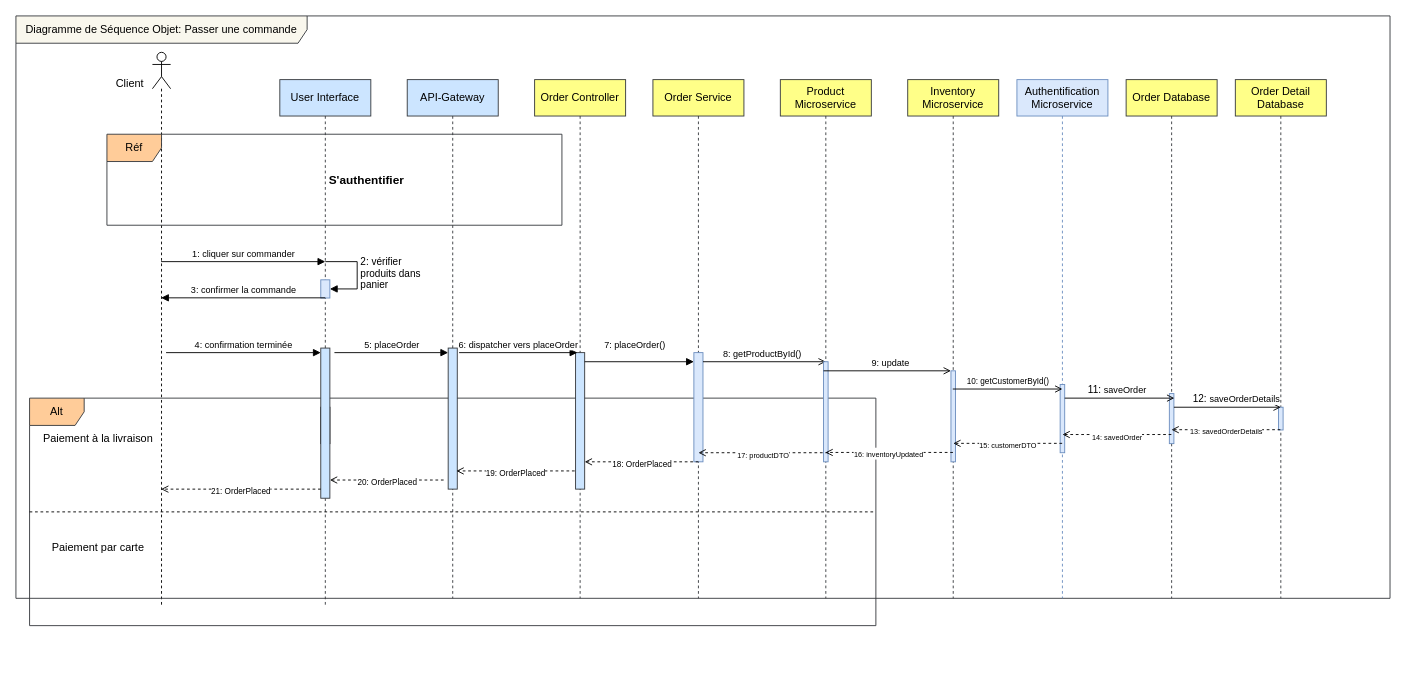
Before: place-order.drawio in amine-elarass49/angular_doc, a draw.io diagram. Source tidied: cells renumbered, new cells numbered last; positions are measured from the earlier drawing's top-left corner, leaving out a move shared by most shapes. Both pictures are drawn from the tidied source at 91%, with x=0, y=0 at pixel (15, 15).
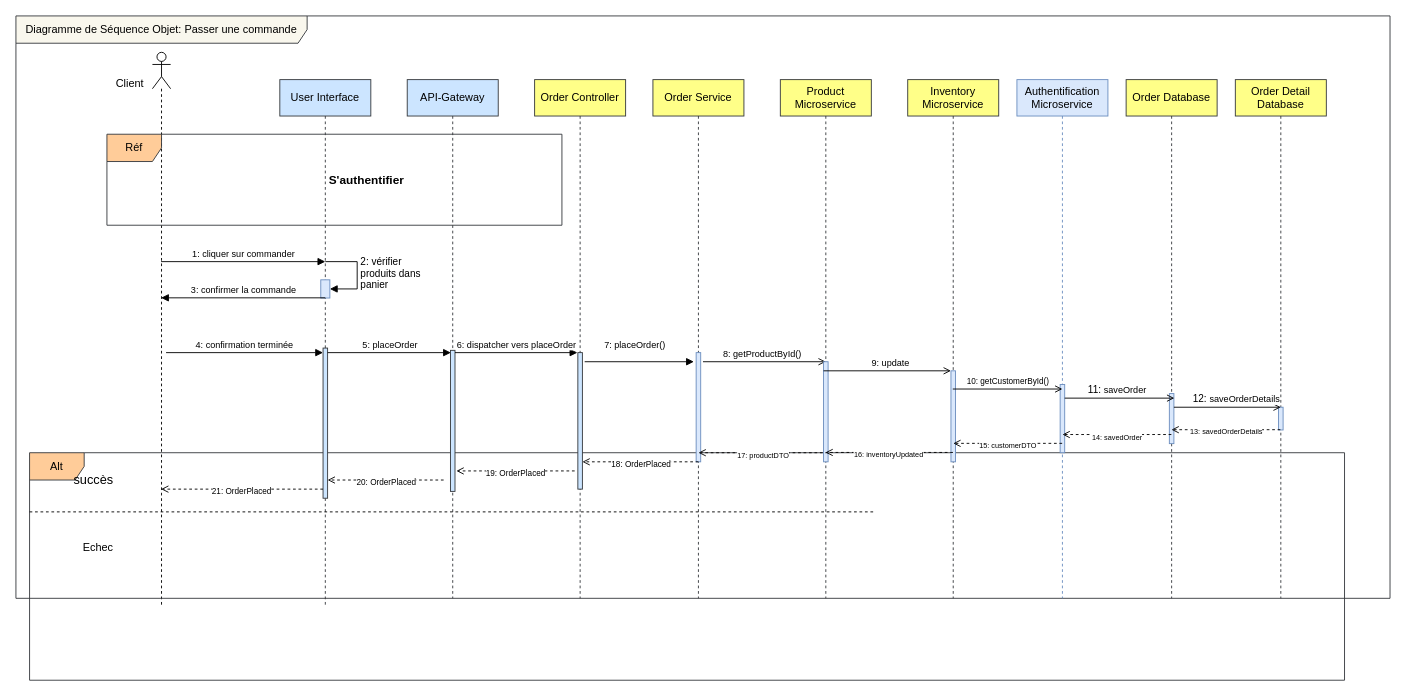
After the change.

Unchanged cells that the change refers to:
```xml
<mxCell id="4" value="User Interface" style="shape=umlLifeline;perimeter=lifelinePerimeter;whiteSpace=wrap;html=1;newEdgeStyle={&quot;curved&quot;:0,&quot;rounded&quot;:0};fillColor=#cce5ff;strokeColor=#36393d;" parent="1" vertex="1">
  <mxGeometry x="290" y="70" width="100" height="580" as="geometry" />
</mxCell>
<mxCell id="8" value="API-Gateway" style="shape=umlLifeline;perimeter=lifelinePerimeter;whiteSpace=wrap;html=1;newEdgeStyle={&quot;curved&quot;:0,&quot;rounded&quot;:0};fillColor=#cce5ff;strokeColor=#36393d;" parent="1" vertex="1">
  <mxGeometry x="430" y="70" width="100" height="570" as="geometry" />
</mxCell>
```

What changed in the source:
```diff
@@
     <mxCell id="2" value="Alt" style="shape=umlFrame;whiteSpace=wrap;html=1;fillColor=#ffcc99;strokeColor=#36393d;" parent="1" vertex="1">
-      <mxGeometry x="15" y="420" width="930" height="250" as="geometry" />
+      <mxGeometry x="15" y="480" width="1445" height="250" as="geometry" />
     </mxCell>
@@
-    <mxCell id="5" style="html=1;perimeter=orthogonalPerimeter;targetShapes=umlLifeline;newEdgeStyle={&quot;curved&quot;:0,&quot;rounded&quot;:0};" parent="4" vertex="1">
-      <mxGeometry x="45" y="360" width="10" height="40" as="geometry" />
-    </mxCell>
     <mxCell id="6" style="html=1;points=[[0,0,0,0,5],[0,1,0,0,-5],[1,0,0,0,5],[1,1,0,0,-5]];perimeter=orthogonalPerimeter;outlineConnect=0;targetShapes=umlLifeline;portConstraint=eastwest;newEdgeStyle={&quot;curved&quot;:0,&quot;rounded&quot;:0};fillColor=#cce5ff;strokeColor=#36393d;" parent="4" vertex="1">
-      <mxGeometry x="45" y="295" width="10" height="165" as="geometry" />
+      <mxGeometry x="47.5" y="295" width="5" height="165" as="geometry" />
     </mxCell>
@@
     <mxCell id="9" style="html=1;points=[[0,0,0,0,5],[0,1,0,0,-5],[1,0,0,0,5],[1,1,0,0,-5]];perimeter=orthogonalPerimeter;outlineConnect=0;targetShapes=umlLifeline;portConstraint=eastwest;newEdgeStyle={&quot;curved&quot;:0,&quot;rounded&quot;:0};fillColor=#cce5ff;strokeColor=#36393d;" parent="8" vertex="1">
-      <mxGeometry x="45" y="295" width="10" height="155" as="geometry" />
+      <mxGeometry x="47.5" y="297.5" width="5" height="155" as="geometry" />
     </mxCell>
@@
-    <mxCell id="18" value="&lt;font style=&quot;font-size: 10px;&quot;&gt;5: placeOrder&lt;br&gt;&lt;/font&gt;" style="html=1;verticalAlign=bottom;endArrow=block;curved=0;rounded=0;entryX=0;entryY=0;entryDx=0;entryDy=5;entryPerimeter=0;" parent="1" edge="1" target="9">
+    <mxCell id="18" value="&lt;font style=&quot;font-size: 10px;&quot;&gt;5: placeOrder&lt;br&gt;&lt;/font&gt;" style="html=1;verticalAlign=bottom;endArrow=block;curved=0;rounded=0;exitX=1;exitY=0;exitDx=0;exitDy=5;exitPerimeter=0;" parent="1" edge="1" source="6">
       <mxGeometry relative="1" as="geometry">
-        <mxPoint x="350" y="370" as="sourcePoint" />
+        <mxPoint x="478" y="370" as="targetPoint" />
       </mxGeometry>
     </mxCell>
     <mxCell id="19" style="html=1;points=[[0,0,0,0,5],[0,1,0,0,-5],[1,0,0,0,5],[1,1,0,0,-5]];perimeter=orthogonalPerimeter;outlineConnect=0;targetShapes=umlLifeline;portConstraint=eastwest;newEdgeStyle={&quot;curved&quot;:0,&quot;rounded&quot;:0};fillColor=#cce5ff;strokeColor=#36393d;" parent="1" vertex="1">
-      <mxGeometry x="615" y="370" width="10" height="150" as="geometry" />
+      <mxGeometry x="617.5" y="370" width="5" height="150" as="geometry" />
     </mxCell>
     <mxCell id="20" style="html=1;perimeter=orthogonalPerimeter;targetShapes=umlLifeline;newEdgeStyle={&quot;curved&quot;:0,&quot;rounded&quot;:0};fillColor=#dae8fc;strokeColor=#6c8ebf;" parent="1" vertex="1">
-      <mxGeometry x="745" y="370" width="10" height="120" as="geometry" />
+      <mxGeometry x="747.5" y="370" width="5" height="120" as="geometry" />
     </mxCell>
-    <mxCell id="21" value="&lt;font style=&quot;font-size: 10px;&quot;&gt;6: dispatcher vers &lt;/font&gt;&lt;font style=&quot;font-size: 10px;&quot;&gt;placeOrder&lt;/font&gt;" style="html=1;verticalAlign=bottom;endArrow=block;curved=0;rounded=0;" parent="1" edge="1">
+    <mxCell id="21" value="&lt;font style=&quot;font-size: 10px;&quot;&gt;6: dispatcher vers &lt;font style=&quot;font-size: 10px;&quot;&gt;placeOrder&lt;/font&gt;&lt;/font&gt;" style="html=1;verticalAlign=bottom;endArrow=block;curved=0;rounded=0;" parent="1" edge="1" source="9">
       <mxGeometry relative="1" as="geometry">
-        <mxPoint x="487" y="370" as="sourcePoint" />
         <mxPoint x="617" y="370" as="targetPoint" />
       </mxGeometry>
     </mxCell>
-    <mxCell id="22" value="&lt;font style=&quot;font-size: 10px;&quot;&gt;7:&amp;nbsp;&lt;/font&gt;&lt;font style=&quot;font-size: 10px;&quot;&gt;&lt;/font&gt;&lt;font style=&quot;font-size: 10px;&quot;&gt;placeOrder&lt;/font&gt;&lt;font style=&quot;font-size: 10px;&quot;&gt;()&lt;/font&gt;" style="html=1;verticalAlign=bottom;endArrow=block;rounded=0;" parent="1" edge="1">
+    <mxCell id="22" value="&lt;font style=&quot;font-size: 10px;&quot;&gt;7:&amp;nbsp;&lt;font style=&quot;font-size: 10px;&quot;&gt;placeOrder&lt;/font&gt;&lt;font style=&quot;font-size: 10px;&quot;&gt;()&lt;/font&gt;&lt;/font&gt;" style="html=1;verticalAlign=bottom;endArrow=block;rounded=0;" parent="1" edge="1">
       <mxGeometry x="-0.08" y="10" relative="1" as="geometry">
         <mxPoint x="625" y="380" as="sourcePoint" />
         <mxPoint x="745" y="380" as="targetPoint" />
       </mxGeometry>
     </mxCell>
-    <mxCell id="23" value="Paiement par carte" style="text;html=1;align=center;verticalAlign=middle;strokeColor=none;fillColor=none;" parent="1" vertex="1">
-      <mxGeometry x="30" y="570" width="120" height="30" as="geometry" />
+    <mxCell id="23" value="Echec" style="text;html=1;align=center;verticalAlign=middle;strokeColor=none;fillColor=none;" parent="1" vertex="1">
+      <mxGeometry x="60" y="570" width="60" height="30" as="geometry" />
     </mxCell>
-    <mxCell id="24" value="Paiement à la livraison" style="text;html=1;align=center;verticalAlign=middle;strokeColor=none;fillColor=none;" parent="1" vertex="1">
-      <mxGeometry x="20" y="450" width="140" height="30" as="geometry" />
+    <mxCell id="24" value="&lt;h2 style=&quot;font-size: 17px;&quot; class=&quot;AdresseDefinition&quot;&gt;&#9;&#9;&#9;&#9;&lt;font style=&quot;font-size: 14px; font-weight: normal;&quot;&gt;succès&lt;/font&gt;&lt;/h2&gt;" style="text;html=1;align=center;verticalAlign=middle;strokeColor=none;fillColor=none;" parent="1" vertex="1">
+      <mxGeometry x="50" y="480" width="70" height="60" as="geometry" />
     </mxCell>
```
